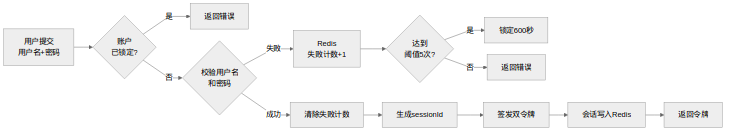
Wkjlovec/graduation_project_zhuang keeps this Mermaid diagram as docs/diagrams/fig4-5-auth-flow.png. Above is the earlier version. Its source is kept beside it as docs/diagrams/fig4-5-auth-flow.mmd.
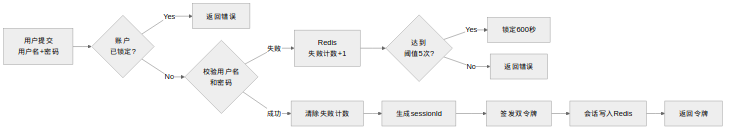
Later version of the same file.

The edit, as a diff of the source:
```diff
@@ -1,12 +1,12 @@
 %%{init: {'theme': 'neutral', 'flowchart': {'curve': 'linear', 'rankSpacing': 40, 'nodeSpacing': 25}}}%%
 graph LR
     A["用户提交\n用户名+密码"] --> B{"账户\n已锁定?"}
-    B -->|是| C["返回错误"]
-    B -->|否| D{"校验用户名\n和密码"}
+    B -->|Yes| C["返回错误"]
+    B -->|No| D{"校验用户名\n和密码"}
     D -->|失败| E["Redis\n失败计数+1"]
     E --> F{"达到\n阈值5次?"}
-    F -->|是| G["锁定600秒"]
-    F -->|否| H["返回错误"]
+    F -->|Yes| G["锁定600秒"]
+    F -->|No| H["返回错误"]
     D -->|成功| I["清除失败计数"]
     I --> J["生成sessionId"]
     J --> K["签发双令牌"]
```
